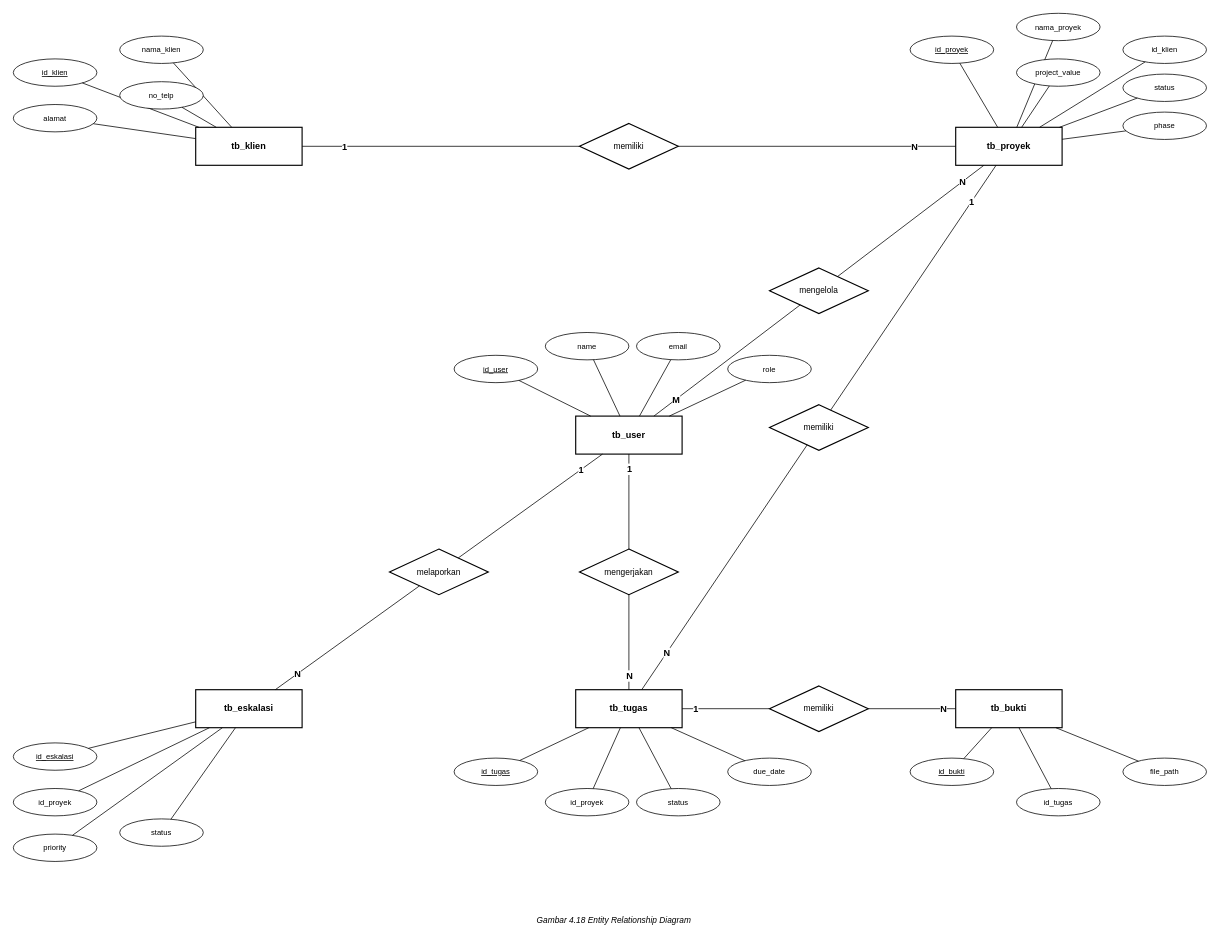
evelleura/shi-dashboard keeps this draw.io diagram as diagram/ai/ERD/ERD_KONSEPTUAL.drawio. Above is the earlier version. Source tidied: cells renumbered, new cells numbered last; positions are measured from the earlier drawing's top-left corner, leaving out a move shared by most shapes. Both pictures are drawn from the tidied source at 76%, with x=0, y=0 at pixel (13, 13).
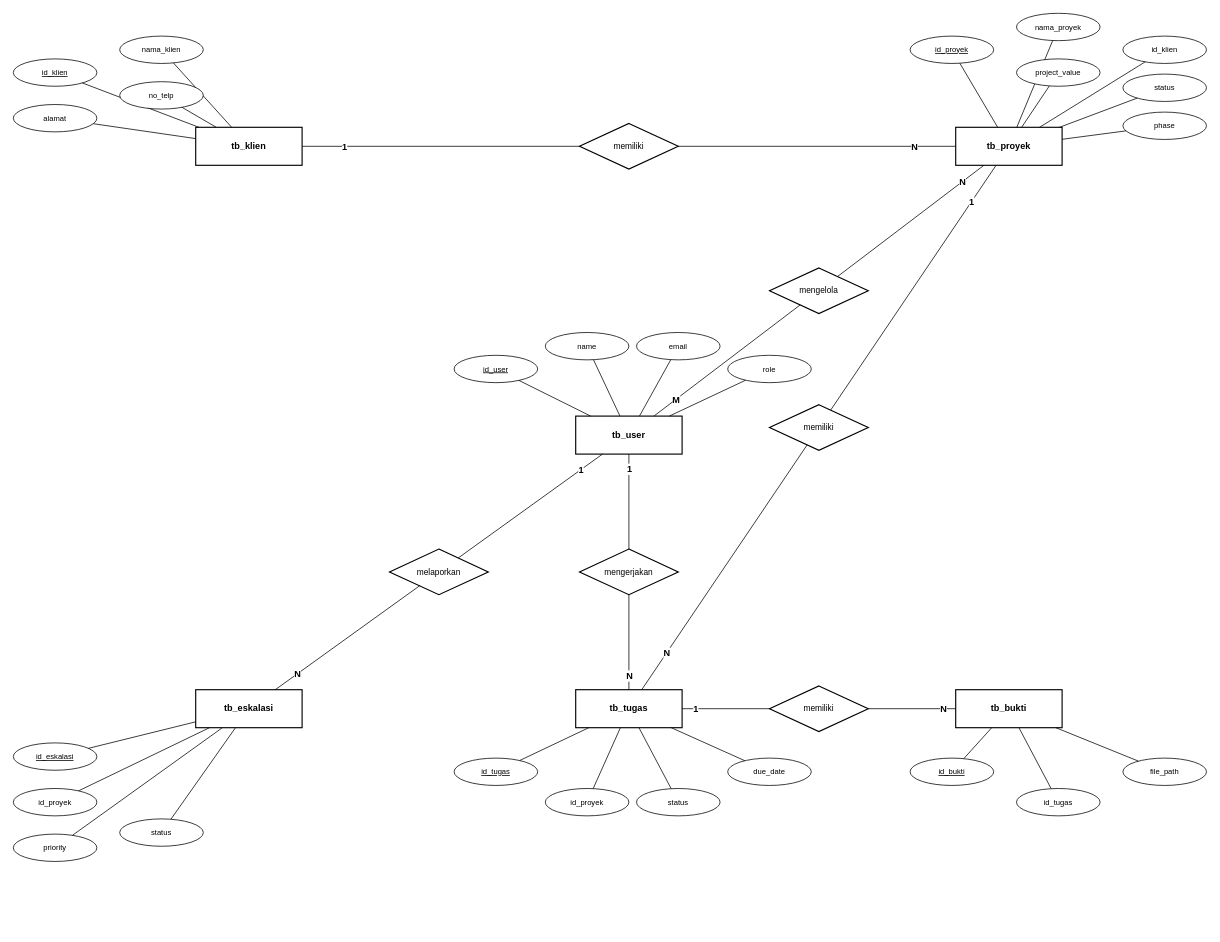
After the change.

Commit message (it also covers changes not shown here):
feat(diagram): export ERD, relasi data, skema fisik to PNG; remove title+caption

Diff of the diagram source:
```diff
@@
-    <mxCell id="88" value="Gambar 4.18 Entity Relationship Diagram" style="text;html=1;align=center;fontSize=11;fontStyle=2;fontColor=#000000;" parent="1" vertex="1">
-      <mxGeometry x="490" y="1180" width="600" height="24" as="geometry" />
-    </mxCell>
```
